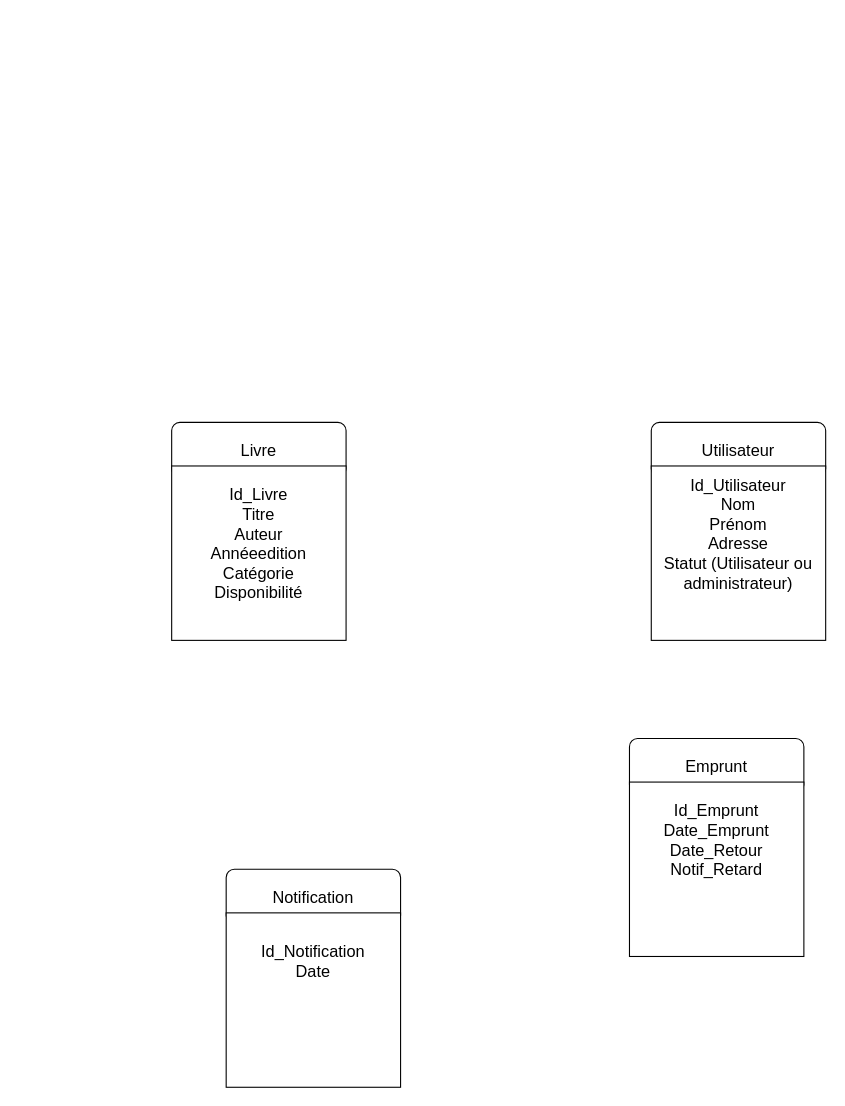
Above: page "MCD" (3 of 3) of diagramme/Diagramme UML Bibliothèque.drawio in JocelyneMuller/Projet-Biblioth-que (draw.io), before the change. Source tidied: cells renumbered, new cells numbered last; positions are measured from the earlier drawing's top-left corner, leaving out a move shared by most shapes. Both pictures are drawn from the tidied source at 109%, with x=0, y=0 at pixel (171, 422).
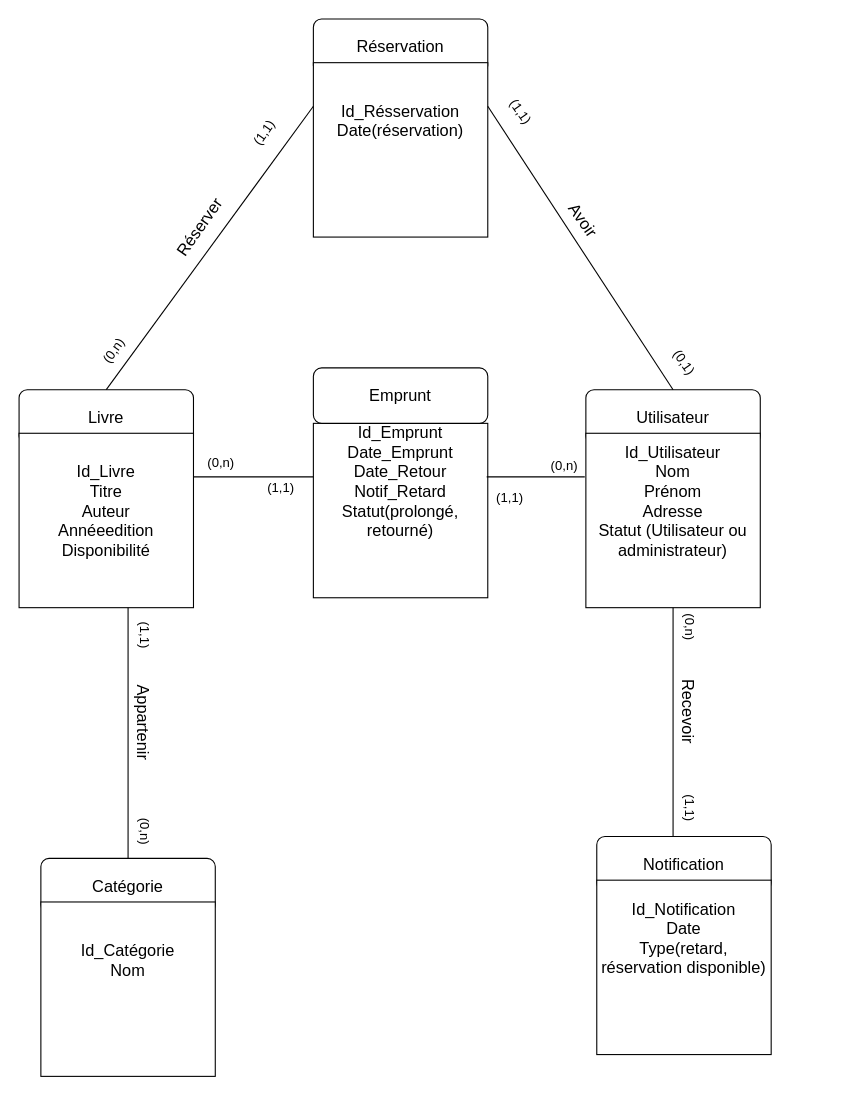
The same diagram, later.

Commit message:
Mettre à jour Diagramme UML Bibliothèque.drawio

The change refers to these unchanged cells:
```xml
<mxCell id="3" value="&lt;font style=&quot;font-size: 15px;&quot;&gt;Livre&lt;/font&gt;" style="rounded=1;whiteSpace=wrap;html=1;" parent="2" vertex="1">
  <mxGeometry width="160" height="50" as="geometry" />
</mxCell>
<mxCell id="6" value="&lt;font style=&quot;font-size: 15px;&quot;&gt;Utilisateur&lt;/font&gt;" style="rounded=1;whiteSpace=wrap;html=1;" parent="5" vertex="1">
  <mxGeometry width="160" height="50" as="geometry" />
</mxCell>
<mxCell id="7" value="&lt;font style=&quot;font-size: 15px;&quot;&gt;Id_Utilisateur&lt;/font&gt;&lt;div style=&quot;font-size: 15px;&quot;&gt;&lt;font style=&quot;font-size: 15px;&quot;&gt;Nom&lt;/font&gt;&lt;/div&gt;&lt;div style=&quot;font-size: 15px;&quot;&gt;&lt;font style=&quot;font-size: 15px;&quot;&gt;Prénom&lt;/font&gt;&lt;/div&gt;&lt;div style=&quot;font-size: 15px;&quot;&gt;&lt;span style=&quot;background-color: initial;&quot;&gt;Adresse&lt;/span&gt;&lt;/div&gt;&lt;div style=&quot;font-size: 15px;&quot;&gt;Statut (Utilisateur ou administrateur)&lt;/div&gt;&lt;div style=&quot;font-size: 15px;&quot;&gt;&lt;br&gt;&lt;/div&gt;&lt;div style=&quot;font-size: 15px;&quot;&gt;&lt;br&gt;&lt;/div&gt;" style="whiteSpace=wrap;html=1;" parent="5" vertex="1">
  <mxGeometry y="40" width="160" height="160" as="geometry" />
</mxCell>
```

What changed in the source:
```diff
@@
     <mxCell id="2" style="group;" parent="1" vertex="1">
-      <mxGeometry width="160" height="200" as="geometry" />
+      <mxGeometry x="-140" y="-30" width="160" height="200" as="geometry" />
     </mxCell>
@@
-    <mxCell id="4" value="&lt;font style=&quot;font-size: 15px;&quot;&gt;Id_Livre&lt;/font&gt;&lt;div style=&quot;font-size: 15px;&quot;&gt;&lt;font style=&quot;font-size: 15px;&quot;&gt;Titre&lt;/font&gt;&lt;/div&gt;&lt;div style=&quot;font-size: 15px;&quot;&gt;&lt;font style=&quot;font-size: 15px;&quot;&gt;Auteur&lt;/font&gt;&lt;/div&gt;&lt;div style=&quot;font-size: 15px;&quot;&gt;&lt;font style=&quot;font-size: 15px;&quot;&gt;Annéeedition&lt;/font&gt;&lt;/div&gt;&lt;div style=&quot;font-size: 15px;&quot;&gt;&lt;font style=&quot;font-size: 15px;&quot;&gt;Catégorie&lt;/font&gt;&lt;/div&gt;&lt;div style=&quot;font-size: 15px;&quot;&gt;&lt;font style=&quot;font-size: 15px;&quot;&gt;Disponibilité&lt;/font&gt;&lt;/div&gt;&lt;div style=&quot;font-size: 15px;&quot;&gt;&lt;br&gt;&lt;/div&gt;" style="whiteSpace=wrap;html=1;" parent="2" vertex="1">
+    <mxCell id="4" value="&lt;font style=&quot;font-size: 15px;&quot;&gt;Id_Livre&lt;/font&gt;&lt;div style=&quot;font-size: 15px;&quot;&gt;&lt;font style=&quot;font-size: 15px;&quot;&gt;Titre&lt;/font&gt;&lt;/div&gt;&lt;div style=&quot;font-size: 15px;&quot;&gt;&lt;font style=&quot;font-size: 15px;&quot;&gt;Auteur&lt;/font&gt;&lt;/div&gt;&lt;div style=&quot;font-size: 15px;&quot;&gt;&lt;font style=&quot;font-size: 15px;&quot;&gt;Annéeedition&lt;/font&gt;&lt;/div&gt;&lt;div style=&quot;font-size: 15px;&quot;&gt;&lt;font style=&quot;font-size: 15px;&quot;&gt;Disponibilité&lt;/font&gt;&lt;/div&gt;&lt;div style=&quot;font-size: 15px;&quot;&gt;&lt;br&gt;&lt;/div&gt;" style="whiteSpace=wrap;html=1;" parent="2" vertex="1">
       <mxGeometry y="40" width="160" height="160" as="geometry" />
     </mxCell>
     <mxCell id="5" style="group;" parent="1" vertex="1">
-      <mxGeometry x="440" width="160" height="200" as="geometry" />
+      <mxGeometry x="380" y="-30" width="160" height="200" as="geometry" />
     </mxCell>
@@
     <mxCell id="8" style="group;" parent="1" vertex="1">
-      <mxGeometry x="50" y="410" width="160" height="200" as="geometry" />
+      <mxGeometry x="390" y="380" width="160" height="200" as="geometry" />
     </mxCell>
@@
-    <mxCell id="10" value="&lt;font style=&quot;font-size: 15px;&quot;&gt;Id_Notification&lt;/font&gt;&lt;div style=&quot;font-size: 15px;&quot;&gt;&lt;span style=&quot;background-color: initial;&quot;&gt;Date&lt;/span&gt;&lt;br&gt;&lt;/div&gt;&lt;div style=&quot;font-size: 15px;&quot;&gt;&lt;br&gt;&lt;/div&gt;&lt;div style=&quot;font-size: 15px;&quot;&gt;&lt;br&gt;&lt;/div&gt;&lt;div style=&quot;font-size: 15px;&quot;&gt;&lt;br&gt;&lt;/div&gt;&lt;div style=&quot;font-size: 15px;&quot;&gt;&lt;br&gt;&lt;/div&gt;" style="whiteSpace=wrap;html=1;" parent="8" vertex="1">
+    <mxCell id="10" value="&lt;font style=&quot;font-size: 15px;&quot;&gt;Id_Notification&lt;/font&gt;&lt;div style=&quot;font-size: 15px;&quot;&gt;&lt;span style=&quot;background-color: initial;&quot;&gt;Date&lt;/span&gt;&lt;br&gt;&lt;/div&gt;&lt;div style=&quot;font-size: 15px;&quot;&gt;Type(retard, réservation disponible)&lt;/div&gt;&lt;div style=&quot;font-size: 15px;&quot;&gt;&lt;br&gt;&lt;/div&gt;&lt;div style=&quot;font-size: 15px;&quot;&gt;&lt;br&gt;&lt;/div&gt;&lt;div style=&quot;font-size: 15px;&quot;&gt;&lt;br&gt;&lt;/div&gt;" style="whiteSpace=wrap;html=1;" parent="8" vertex="1">
       <mxGeometry y="40" width="160" height="160" as="geometry" />
     </mxCell>
-    <mxCell id="11" style="group;" parent="1" vertex="1">
-      <mxGeometry x="420" y="290" width="160" height="200" as="geometry" />
-    </mxCell>
+    <mxCell id="14" style="group;" parent="1" vertex="1">
+      <mxGeometry x="-120" y="400" width="160" height="200" as="geometry" />
+    </mxCell>
+    <mxCell id="15" value="&lt;font style=&quot;font-size: 15px;&quot;&gt;Catégorie&lt;/font&gt;" style="rounded=1;whiteSpace=wrap;html=1;" parent="14" vertex="1">
+      <mxGeometry width="160" height="50" as="geometry" />
+    </mxCell>
+    <mxCell id="16" value="&lt;font style=&quot;font-size: 15px;&quot;&gt;Id_Catégorie&lt;/font&gt;&lt;div style=&quot;font-size: 15px;&quot;&gt;Nom&lt;/div&gt;&lt;div style=&quot;font-size: 15px;&quot;&gt;&lt;br&gt;&lt;/div&gt;&lt;div style=&quot;font-size: 15px;&quot;&gt;&lt;br&gt;&lt;/div&gt;&lt;div style=&quot;font-size: 15px;&quot;&gt;&lt;br&gt;&lt;/div&gt;" style="whiteSpace=wrap;html=1;" parent="14" vertex="1">
+      <mxGeometry y="40" width="160" height="160" as="geometry" />
+    </mxCell>
+    <mxCell id="17" style="group;" parent="1" vertex="1">
+      <mxGeometry x="130" y="-370" width="160" height="200" as="geometry" />
+    </mxCell>
+    <mxCell id="18" value="&lt;font style=&quot;font-size: 15px;&quot;&gt;Réservation&lt;/font&gt;" style="rounded=1;whiteSpace=wrap;html=1;" parent="17" vertex="1">
+      <mxGeometry width="160" height="50" as="geometry" />
+    </mxCell>
+    <mxCell id="19" value="&lt;font style=&quot;font-size: 15px;&quot;&gt;Id_Résservation&lt;/font&gt;&lt;div style=&quot;font-size: 15px;&quot;&gt;&lt;span style=&quot;background-color: initial;&quot;&gt;Date(&lt;/span&gt;&lt;span style=&quot;background-color: initial;&quot;&gt;réservation)&lt;/span&gt;&lt;/div&gt;&lt;div style=&quot;font-size: 15px;&quot;&gt;&lt;br&gt;&lt;/div&gt;&lt;div style=&quot;font-size: 15px;&quot;&gt;&lt;br&gt;&lt;/div&gt;&lt;div style=&quot;font-size: 15px;&quot;&gt;&lt;br&gt;&lt;/div&gt;" style="whiteSpace=wrap;html=1;" parent="17" vertex="1">
+      <mxGeometry y="40" width="160" height="160" as="geometry" />
+    </mxCell>
+    <mxCell id="20" style="endArrow=none;html=1;rounded=0;exitX=1;exitY=0.25;exitDx=0;exitDy=0;entryX=0.5;entryY=0;entryDx=0;entryDy=0;" parent="1" edge="1" target="15">
+      <mxGeometry relative="1" as="geometry">
+        <mxPoint x="-40" y="170" as="sourcePoint" />
+      </mxGeometry>
+    </mxCell>
+    <mxCell id="21" value="&lt;font style=&quot;font-size: 15px;&quot;&gt;Appartenir&lt;/font&gt;" style="text;html=1;align=center;verticalAlign=middle;strokeColor=none;fillColor=none;rotation=90;" parent="1" vertex="1">
+      <mxGeometry x="-70" y="260" width="90" height="30" as="geometry" />
+    </mxCell>
+    <mxCell id="22" style="endArrow=none;html=1;rounded=0;entryX=0;entryY=0.25;entryDx=0;entryDy=0;exitX=0.5;exitY=0;exitDx=0;exitDy=0;" parent="1" edge="1" source="3" target="19">
+      <mxGeometry relative="1" as="geometry" />
+    </mxCell>
+    <mxCell id="23" value="&lt;font style=&quot;font-size: 15px;&quot;&gt;Réserver&lt;/font&gt;" style="text;html=1;align=center;verticalAlign=middle;strokeColor=none;fillColor=none;rotation=-55;fontSize=15;" parent="1" vertex="1">
+      <mxGeometry x="-15" y="-194" width="80" height="30" as="geometry" />
+    </mxCell>
+    <mxCell id="24" style="endArrow=none;html=1;rounded=0;entryX=0.5;entryY=1;entryDx=0;entryDy=0;" parent="1" edge="1" target="7">
+      <mxGeometry relative="1" as="geometry">
+        <mxPoint x="460" y="380" as="sourcePoint" />
+      </mxGeometry>
+    </mxCell>
+    <mxCell id="25" value="&lt;font style=&quot;font-size: 15px;&quot;&gt;Recevoir&lt;/font&gt;" style="text;html=1;align=center;verticalAlign=middle;strokeColor=none;fillColor=none;rotation=90;" parent="1" vertex="1">
+      <mxGeometry x="435" y="250" width="80" height="30" as="geometry" />
+    </mxCell>
+    <mxCell id="26" style="endArrow=none;html=1;rounded=0;entryX=1;entryY=0.25;entryDx=0;entryDy=0;exitX=0.5;exitY=0;exitDx=0;exitDy=0;" parent="1" edge="1" source="6" target="19">
+      <mxGeometry relative="1" as="geometry" />
+    </mxCell>
+    <mxCell id="27" value="&lt;font style=&quot;font-size: 15px;&quot;&gt;Avoir&lt;/font&gt;" style="text;html=1;align=center;verticalAlign=middle;strokeColor=none;fillColor=none;rotation=55;" parent="1" vertex="1">
+      <mxGeometry x="348" y="-201" width="60" height="30" as="geometry" />
+    </mxCell>
+    <mxCell id="28" value="&lt;font style=&quot;font-size: 12px;&quot;&gt;(0,n)&lt;/font&gt;" style="text;html=1;align=center;verticalAlign=middle;strokeColor=none;fillColor=none;rotation=-55;" parent="1" vertex="1">
+      <mxGeometry x="-78" y="-80" width="50" height="30" as="geometry" />
+    </mxCell>
+    <mxCell id="29" value="&lt;font style=&quot;font-size: 12px;&quot;&gt;(1,1)&lt;/font&gt;" style="text;html=1;align=center;verticalAlign=middle;strokeColor=none;fillColor=none;rotation=-55;" parent="1" vertex="1">
+      <mxGeometry x="60" y="-280" width="50" height="30" as="geometry" />
+    </mxCell>
+    <mxCell id="30" value="&lt;font style=&quot;font-size: 12px;&quot;&gt;(0,n)&lt;/font&gt;" style="text;html=1;align=center;verticalAlign=middle;whiteSpace=wrap;rounded=0;rotation=90;" parent="1" vertex="1">
+      <mxGeometry x="445" y="173" width="60" height="30" as="geometry" />
+    </mxCell>
+    <mxCell id="31" value="&lt;font style=&quot;font-size: 12px;&quot;&gt;(1,1)&lt;/font&gt;" style="text;html=1;align=center;verticalAlign=middle;whiteSpace=wrap;rounded=0;rotation=90;" parent="1" vertex="1">
+      <mxGeometry x="445" y="339" width="60" height="30" as="geometry" />
+    </mxCell>
+    <mxCell id="32" value="&lt;font style=&quot;font-size: 12px;&quot;&gt;(0,n)&lt;/font&gt;" style="text;html=1;align=center;verticalAlign=middle;strokeColor=none;fillColor=none;rotation=90;" parent="1" vertex="1">
+      <mxGeometry x="-50" y="360" width="50" height="30" as="geometry" />
+    </mxCell>
+    <mxCell id="33" value="&lt;font style=&quot;font-size: 12px;&quot;&gt;(1,1)&lt;/font&gt;" style="text;html=1;align=center;verticalAlign=middle;strokeColor=none;fillColor=none;rotation=90;" parent="1" vertex="1">
+      <mxGeometry x="-50" y="180" width="50" height="30" as="geometry" />
+    </mxCell>
+    <mxCell id="34" value="&lt;font style=&quot;font-size: 12px;&quot;&gt;(0,1)&lt;/font&gt;" style="text;html=1;align=center;verticalAlign=middle;strokeColor=none;fillColor=none;rotation=55;" parent="1" vertex="1">
+      <mxGeometry x="445" y="-70" width="50" height="30" as="geometry" />
+    </mxCell>
+    <mxCell id="35" value="&lt;font style=&quot;font-size: 12px;&quot;&gt;(1,1)&lt;/font&gt;" style="text;html=1;align=center;verticalAlign=middle;strokeColor=none;fillColor=none;rotation=55;" parent="1" vertex="1">
+      <mxGeometry x="295" y="-300" width="50" height="30" as="geometry" />
+    </mxCell>
+    <mxCell id="36" style="group;" parent="1" vertex="1">
+      <mxGeometry x="130" y="-50" width="160" height="216" as="geometry" />
+    </mxCell>
+    <mxCell id="13" value="&lt;font style=&quot;font-size: 15px;&quot;&gt;Id_Emprunt&lt;/font&gt;&lt;div style=&quot;font-size: 15px;&quot;&gt;&lt;span style=&quot;background-color: initial;&quot;&gt;Date_Emprunt&lt;/span&gt;&lt;br&gt;&lt;/div&gt;&lt;div style=&quot;font-size: 15px;&quot;&gt;&lt;span style=&quot;background-color: initial;&quot;&gt;Date_Retour&lt;/span&gt;&lt;/div&gt;&lt;div style=&quot;font-size: 15px;&quot;&gt;&lt;span style=&quot;background-color: initial;&quot;&gt;Notif_Retard&lt;/span&gt;&lt;/div&gt;&lt;div style=&quot;font-size: 15px;&quot;&gt;Statut(prolongé, retourné)&lt;/div&gt;&lt;div style=&quot;font-size: 15px;&quot;&gt;&lt;br&gt;&lt;/div&gt;&lt;div style=&quot;font-size: 15px;&quot;&gt;&lt;br&gt;&lt;/div&gt;&lt;div style=&quot;font-size: 15px;&quot;&gt;&lt;br&gt;&lt;/div&gt;" style="whiteSpace=wrap;html=1;" parent="36" vertex="1">
+      <mxGeometry y="50.9" width="160" height="160" as="geometry" />
+    </mxCell>
-    <mxCell id="12" value="&lt;font style=&quot;font-size: 15px;&quot;&gt;Emprunt&lt;/font&gt;" style="rounded=1;whiteSpace=wrap;html=1;" parent="11" vertex="1">
-      <mxGeometry width="160" height="50" as="geometry" />
+    <mxCell id="12" value="&lt;font style=&quot;font-size: 15px;&quot;&gt;Emprunt&lt;/font&gt;" style="rounded=1;whiteSpace=wrap;html=1;" parent="36" vertex="1">
+      <mxGeometry width="160" height="50.9" as="geometry" />
     </mxCell>
-    <mxCell id="13" value="&lt;font style=&quot;font-size: 15px;&quot;&gt;Id_Emprunt&lt;/font&gt;&lt;div style=&quot;font-size: 15px;&quot;&gt;&lt;span style=&quot;background-color: initial;&quot;&gt;Date_Emprunt&lt;/span&gt;&lt;br&gt;&lt;/div&gt;&lt;div style=&quot;font-size: 15px;&quot;&gt;&lt;span style=&quot;background-color: initial;&quot;&gt;Date_Retour&lt;/span&gt;&lt;/div&gt;&lt;div style=&quot;font-size: 15px;&quot;&gt;&lt;span style=&quot;background-color: initial;&quot;&gt;Notif_Retard&lt;/span&gt;&lt;/div&gt;&lt;div style=&quot;font-size: 15px;&quot;&gt;&lt;br&gt;&lt;/div&gt;&lt;div style=&quot;font-size: 15px;&quot;&gt;&lt;br&gt;&lt;/div&gt;&lt;div style=&quot;font-size: 15px;&quot;&gt;&lt;br&gt;&lt;/div&gt;" style="whiteSpace=wrap;html=1;" parent="11" vertex="1">
-      <mxGeometry y="40" width="160" height="160" as="geometry" />
-    </mxCell>
+    <mxCell id="37" style="endArrow=none;html=1;rounded=0;exitX=0.5;exitY=0;exitDx=0;exitDy=0;fontSize=8;" parent="1" edge="1">
+      <mxGeometry relative="1" as="geometry">
+        <mxPoint x="130" y="50" as="sourcePoint" />
+        <mxPoint x="20" y="50" as="targetPoint" />
+      </mxGeometry>
+    </mxCell>
+    <mxCell id="38" style="endArrow=none;html=1;rounded=0;" parent="1" edge="1">
+      <mxGeometry relative="1" as="geometry">
+        <mxPoint x="379" y="50" as="sourcePoint" />
+        <mxPoint x="289" y="50" as="targetPoint" />
+      </mxGeometry>
+    </mxCell>
+    <mxCell id="39" value="&lt;font style=&quot;font-size: 12px;&quot;&gt;(0,n)&lt;/font&gt;" style="text;html=1;align=center;verticalAlign=middle;strokeColor=none;fillColor=none;rotation=0;fontSize=12;" parent="1" vertex="1">
+      <mxGeometry x="20" y="22" width="50" height="30" as="geometry" />
+    </mxCell>
+    <mxCell id="40" value="&lt;font style=&quot;font-size: 12px;&quot;&gt;(1,1)&lt;/font&gt;" style="text;html=1;align=center;verticalAlign=middle;strokeColor=none;fillColor=none;rotation=0;fontSize=12;" parent="1" vertex="1">
+      <mxGeometry x="75" y="45" width="50" height="30" as="geometry" />
+    </mxCell>
+    <mxCell id="41" value="&lt;font style=&quot;font-size: 12px;&quot;&gt;(1,1)&lt;/font&gt;" style="text;html=1;align=center;verticalAlign=middle;strokeColor=none;fillColor=none;rotation=0;fontSize=12;" parent="1" vertex="1">
+      <mxGeometry x="285" y="55" width="50" height="30" as="geometry" />
+    </mxCell>
+    <mxCell id="42" value="&lt;font style=&quot;font-size: 12px;&quot;&gt;(0,n)&lt;/font&gt;" style="text;html=1;align=center;verticalAlign=middle;strokeColor=none;fillColor=none;rotation=0;fontSize=8;" parent="1" vertex="1">
+      <mxGeometry x="335" y="25" width="50" height="30" as="geometry" />
+    </mxCell>
```
